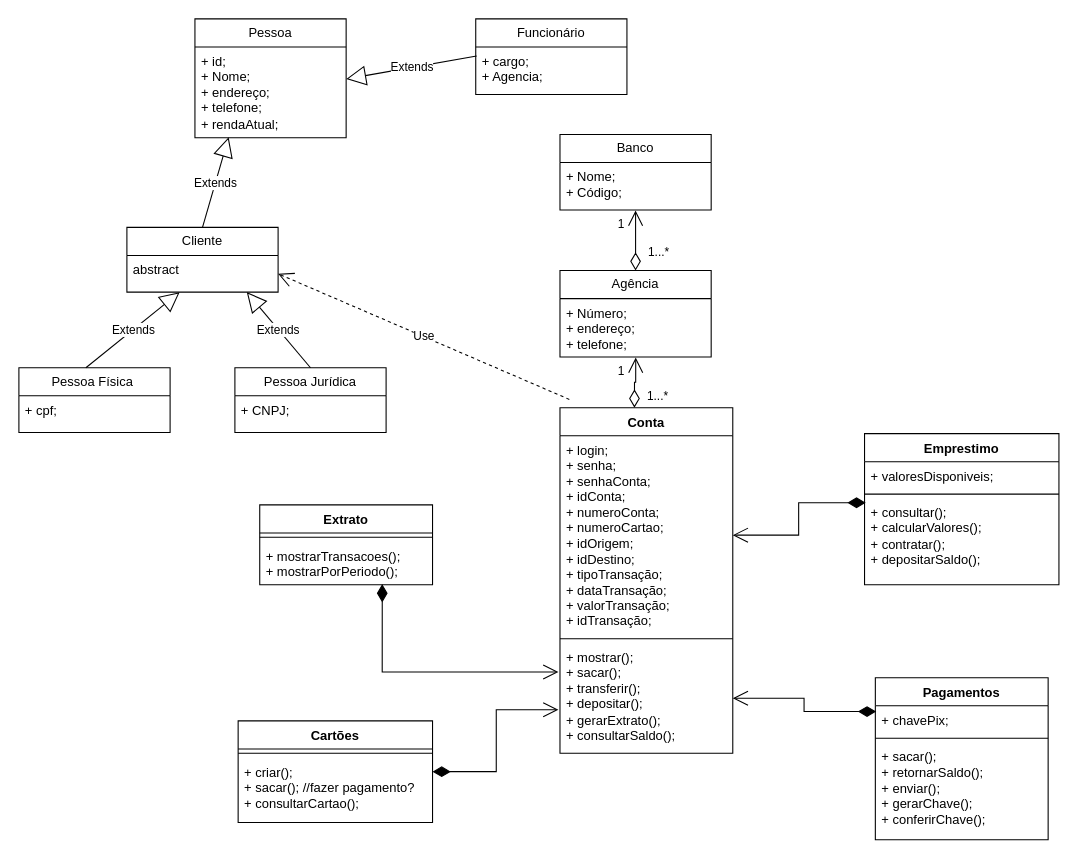
The draw.io diagram Scape-Bank-2.drawio in arianamesquita/scape-bank-2.0, before the edit. Source tidied: cells renumbered, new cells numbered last; positions are measured from the earlier drawing's top-left corner, leaving out a move shared by most shapes. Both pictures are drawn from the tidied source at 108%, with x=0, y=0 at pixel (18, 18).
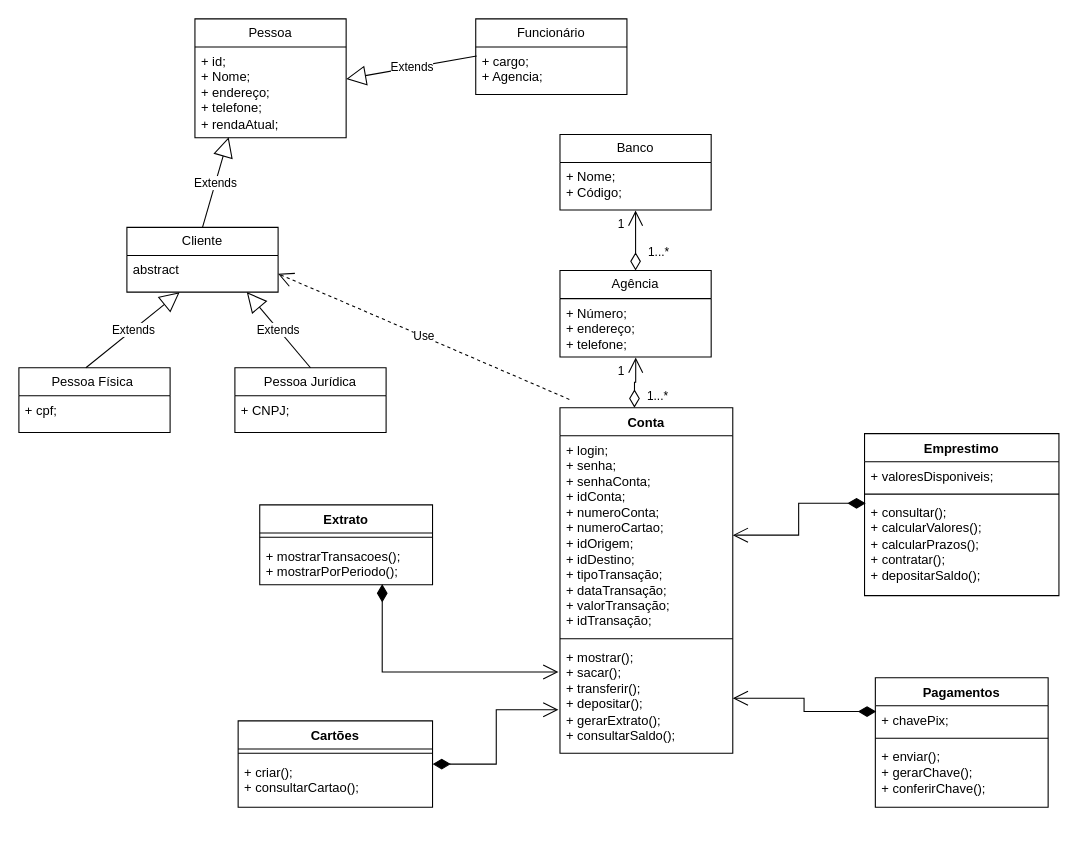
Above is the later version.

Change to the diagram source:
```diff
@@
     <mxCell id="29" value="Emprestimo" style="swimlane;fontStyle=1;align=center;verticalAlign=top;horizontal=1;startSize=26;whiteSpace=wrap;html=1;" parent="1" vertex="1">
-      <mxGeometry x="783" y="384" width="180" height="140" as="geometry" />
+      <mxGeometry x="783" y="384" width="180" height="150" as="geometry" />
     </mxCell>
@@
-    <mxCell id="32" value="+ consultar();&lt;br&gt;+ calcularValores();&lt;br&gt;+ contratar();&lt;br&gt;+ depositarSaldo();" style="text;strokeColor=none;fillColor=none;align=left;verticalAlign=top;spacingLeft=4;spacingRight=4;overflow=hidden;points=[[0,0.5],[1,0.5]];portConstraint=eastwest;whiteSpace=wrap;html=1;" parent="29" vertex="1">
-      <mxGeometry y="60" width="180" height="80" as="geometry" />
+    <mxCell id="32" value="+ consultar();&lt;br&gt;+ calcularValores();&lt;br&gt;+ calcularPrazos();&lt;br&gt;+ contratar();&lt;br&gt;+ depositarSaldo();" style="text;strokeColor=none;fillColor=none;align=left;verticalAlign=top;spacingLeft=4;spacingRight=4;overflow=hidden;points=[[0,0.5],[1,0.5]];portConstraint=eastwest;whiteSpace=wrap;html=1;" parent="29" vertex="1">
+      <mxGeometry y="60" width="180" height="90" as="geometry" />
     </mxCell>
     <mxCell id="33" value="Pagamentos" style="swimlane;fontStyle=1;align=center;verticalAlign=top;horizontal=1;startSize=26;whiteSpace=wrap;html=1;" parent="1" vertex="1">
-      <mxGeometry x="793" y="610" width="160" height="150" as="geometry" />
+      <mxGeometry x="793" y="610" width="160" height="120" as="geometry" />
     </mxCell>
@@
-    <mxCell id="36" value="+ sacar();&lt;br&gt;+ retornarSaldo();&lt;br style=&quot;border-color: var(--border-color);&quot;&gt;+ enviar();&lt;br&gt;+ gerarChave();&lt;br&gt;+ conferirChave();" style="text;strokeColor=none;fillColor=none;align=left;verticalAlign=top;spacingLeft=4;spacingRight=4;overflow=hidden;whiteSpace=wrap;html=1;" parent="33" vertex="1">
-      <mxGeometry y="60" width="160" height="90" as="geometry" />
+    <mxCell id="36" value="+ enviar();&lt;br&gt;+ gerarChave();&lt;br&gt;+ conferirChave();" style="text;strokeColor=none;fillColor=none;align=left;verticalAlign=top;spacingLeft=4;spacingRight=4;overflow=hidden;whiteSpace=wrap;html=1;" parent="33" vertex="1">
+      <mxGeometry y="60" width="160" height="60" as="geometry" />
     </mxCell>
@@
     <mxCell id="41" value="Cartões" style="swimlane;fontStyle=1;align=center;verticalAlign=top;horizontal=1;startSize=26;whiteSpace=wrap;html=1;" parent="1" vertex="1">
-      <mxGeometry x="203" y="650" width="180" height="94" as="geometry" />
+      <mxGeometry x="203" y="650" width="180" height="80" as="geometry" />
     </mxCell>
@@
-    <mxCell id="43" value="+ criar();&lt;br&gt;+ sacar(); //fazer pagamento?&lt;br&gt;+ consultarCartao();" style="text;strokeColor=none;fillColor=none;align=left;verticalAlign=top;spacingLeft=4;spacingRight=4;overflow=hidden;whiteSpace=wrap;html=1;" parent="41" vertex="1">
-      <mxGeometry y="34" width="180" height="60" as="geometry" />
+    <mxCell id="43" value="+ criar();&lt;br&gt;+ consultarCartao();" style="text;strokeColor=none;fillColor=none;align=left;verticalAlign=top;spacingLeft=4;spacingRight=4;overflow=hidden;whiteSpace=wrap;html=1;" parent="41" vertex="1">
+      <mxGeometry y="34" width="180" height="46" as="geometry" />
     </mxCell>
```
